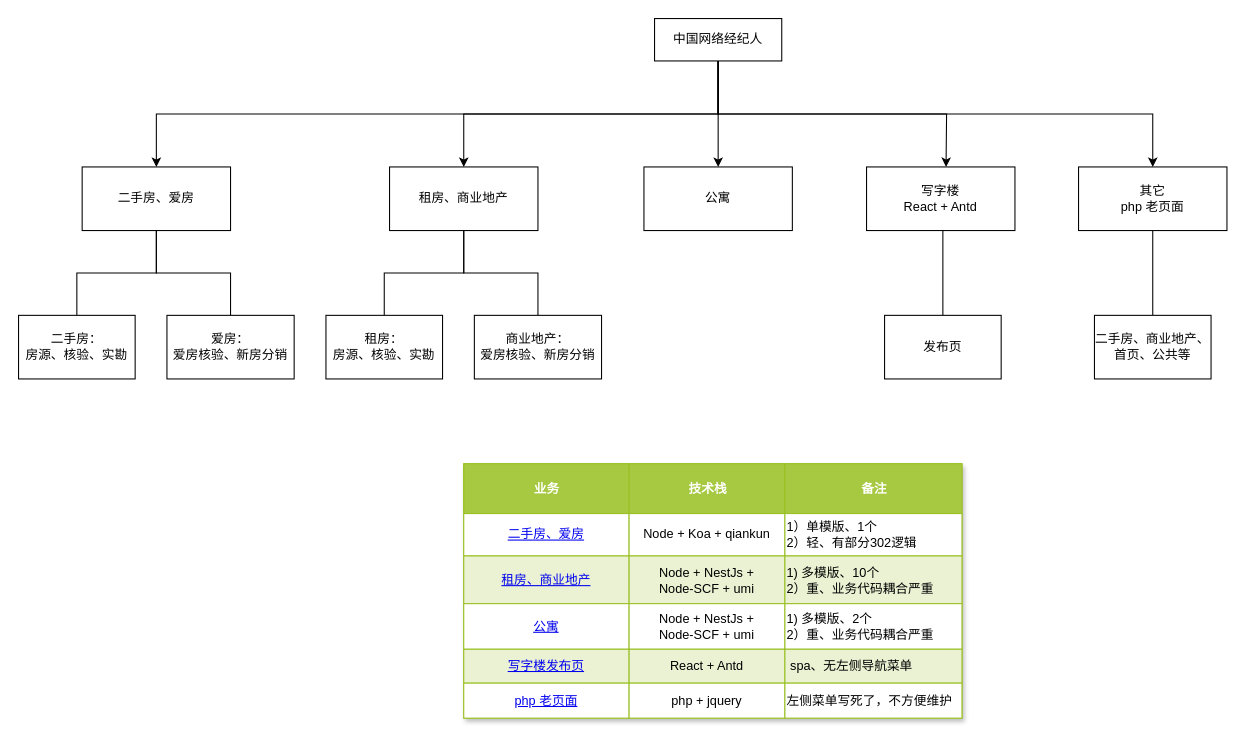
The draw.io diagram 58/未命名绘图.drawio in Y130/draw.io, before the edit. Source tidied: cells renumbered, new cells numbered last; positions are measured from the earlier drawing's top-left corner, leaving out a move shared by most shapes. Both pictures are drawn from the tidied source at 106%, with x=0, y=0 at pixel (18, 18).
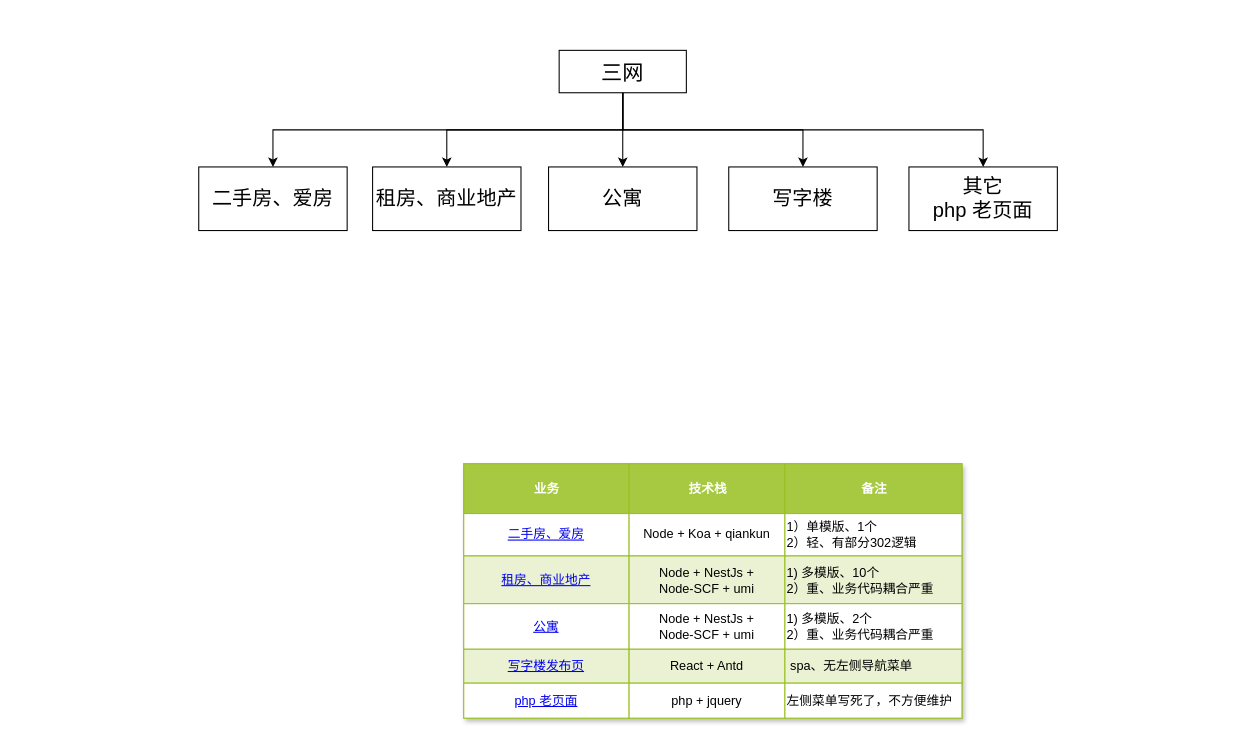
The same diagram, later.

Commit message:
更新未命名绘图.drawio

Change to the diagram source:
```diff
@@
-    <mxCell id="5" style="edgeStyle=orthogonalEdgeStyle;rounded=0;jettySize=auto;html=1;exitX=0.5;exitY=1;exitDx=0;exitDy=0;" parent="1" edge="1" source="7">
-      <mxGeometry relative="1" as="geometry">
-        <mxPoint x="875" y="140" as="targetPoint" />
-      </mxGeometry>
+    <mxCell id="5" style="edgeStyle=orthogonalEdgeStyle;rounded=0;jettySize=auto;html=1;exitX=0.5;exitY=1;exitDx=0;exitDy=0;entryX=0.5;entryY=0;entryDx=0;entryDy=0;" parent="1" edge="1" source="7" target="20">
+      <mxGeometry relative="1" as="geometry" />
     </mxCell>
-    <mxCell id="6" style="edgeStyle=orthogonalEdgeStyle;rounded=0;jettySize=auto;html=1;" parent="1" edge="1" source="7" target="22">
-      <mxGeometry relative="1" as="geometry">
-        <Array as="points">
-          <mxPoint x="660" y="90" />
-          <mxPoint x="1070" y="90" />
-        </Array>
-      </mxGeometry>
-    </mxCell>
+    <mxCell id="50" style="edgeStyle=orthogonalEdgeStyle;rounded=0;jettySize=auto;html=1;entryX=0.5;entryY=0;entryDx=0;entryDy=0;" parent="1" edge="1" target="22">
+      <mxGeometry relative="1" as="geometry">
+        <mxPoint x="570" y="65" as="sourcePoint" />
+        <Array as="points">
+          <mxPoint x="570" y="105" />
+          <mxPoint x="910" y="105" />
+        </Array>
+      </mxGeometry>
+    </mxCell>
-    <mxCell id="7" value="中国网络经纪人" style="rounded=0;whiteSpace=wrap;html=1;" parent="1" vertex="1">
-      <mxGeometry x="600" width="120" height="40" as="geometry" />
+    <mxCell id="7" value="三网" style="rounded=0;whiteSpace=wrap;html=1;fontSize=20;" parent="1" vertex="1">
+      <mxGeometry x="510" y="30" width="120" height="40" as="geometry" />
     </mxCell>
-    <mxCell id="8" value="租房、商业地产" style="whiteSpace=wrap;html=1;align=center;newEdgeStyle={&quot;edgeStyle&quot;:&quot;elbowEdgeStyle&quot;,&quot;startArrow&quot;:&quot;none&quot;,&quot;endArrow&quot;:&quot;none&quot;};" parent="1" vertex="1">
-      <mxGeometry x="350" y="140" width="140" height="60" as="geometry" />
+    <mxCell id="8" value="&lt;font style=&quot;font-size: 19px;&quot;&gt;租房、商业地产&lt;/font&gt;" style="whiteSpace=wrap;html=1;align=center;newEdgeStyle={&quot;edgeStyle&quot;:&quot;elbowEdgeStyle&quot;,&quot;startArrow&quot;:&quot;none&quot;,&quot;endArrow&quot;:&quot;none&quot;};" parent="1" vertex="1" collapsed="1">
+      <mxGeometry x="334" y="140" width="140" height="60" as="geometry" />
     </mxCell>
-    <mxCell id="9" style="edgeStyle=elbowEdgeStyle;elbow=vertical;sourcePerimeterSpacing=0;targetPerimeterSpacing=0;startArrow=none;endArrow=none;rounded=0;curved=0;" parent="1" edge="1" source="8" target="11">
-      <mxGeometry relative="1" as="geometry" />
-    </mxCell>
-    <mxCell id="10" style="edgeStyle=elbowEdgeStyle;elbow=vertical;sourcePerimeterSpacing=0;targetPerimeterSpacing=0;startArrow=none;endArrow=none;rounded=0;curved=0;" parent="1" edge="1" source="8" target="12">
-      <mxGeometry relative="1" as="geometry" />
-    </mxCell>
-    <mxCell id="11" value="租房：&lt;br&gt;房源、核验、实勘" style="whiteSpace=wrap;html=1;align=center;verticalAlign=middle;newEdgeStyle={&quot;edgeStyle&quot;:&quot;elbowEdgeStyle&quot;,&quot;startArrow&quot;:&quot;none&quot;,&quot;endArrow&quot;:&quot;none&quot;};" parent="1" vertex="1">
-      <mxGeometry x="290" y="280" width="110" height="60" as="geometry" />
-    </mxCell>
-    <mxCell id="12" value="商业地产：&lt;br&gt;爱房核验、新房分销" style="whiteSpace=wrap;html=1;align=center;verticalAlign=middle;newEdgeStyle={&quot;edgeStyle&quot;:&quot;elbowEdgeStyle&quot;,&quot;startArrow&quot;:&quot;none&quot;,&quot;endArrow&quot;:&quot;none&quot;};" parent="1" vertex="1">
-      <mxGeometry x="430" y="280" width="120" height="60" as="geometry" />
-    </mxCell>
-    <mxCell id="13" value="二手房、爱房" style="whiteSpace=wrap;html=1;align=center;newEdgeStyle={&quot;edgeStyle&quot;:&quot;elbowEdgeStyle&quot;,&quot;startArrow&quot;:&quot;none&quot;,&quot;endArrow&quot;:&quot;none&quot;};" parent="1" vertex="1">
-      <mxGeometry x="60" y="140" width="140" height="60" as="geometry" />
+    <mxCell id="13" value="二手房、爱房" style="whiteSpace=wrap;html=1;align=center;newEdgeStyle={&quot;edgeStyle&quot;:&quot;elbowEdgeStyle&quot;,&quot;startArrow&quot;:&quot;none&quot;,&quot;endArrow&quot;:&quot;none&quot;};fontSize=19;" parent="1" vertex="1" collapsed="1">
+      <mxGeometry x="170" y="140" width="140" height="60" as="geometry" />
     </mxCell>
-    <mxCell id="14" value="二手房：&lt;br&gt;房源、核验、实勘" style="whiteSpace=wrap;html=1;align=center;verticalAlign=middle;newEdgeStyle={&quot;edgeStyle&quot;:&quot;elbowEdgeStyle&quot;,&quot;startArrow&quot;:&quot;none&quot;,&quot;endArrow&quot;:&quot;none&quot;};" parent="1" vertex="1">
-      <mxGeometry y="280" width="110" height="60" as="geometry" />
-    </mxCell>
-    <mxCell id="15" value="爱房：&lt;br&gt;爱房核验、新房分销" style="whiteSpace=wrap;html=1;align=center;verticalAlign=middle;newEdgeStyle={&quot;edgeStyle&quot;:&quot;elbowEdgeStyle&quot;,&quot;startArrow&quot;:&quot;none&quot;,&quot;endArrow&quot;:&quot;none&quot;};" parent="1" vertex="1">
-      <mxGeometry x="140" y="280" width="120" height="60" as="geometry" />
-    </mxCell>
-    <mxCell id="16" style="edgeStyle=elbowEdgeStyle;elbow=vertical;sourcePerimeterSpacing=0;targetPerimeterSpacing=0;startArrow=none;endArrow=none;rounded=0;curved=0;" parent="1" edge="1" source="13" target="14">
-      <mxGeometry relative="1" as="geometry" />
-    </mxCell>
-    <mxCell id="17" style="edgeStyle=elbowEdgeStyle;elbow=vertical;sourcePerimeterSpacing=0;targetPerimeterSpacing=0;startArrow=none;endArrow=none;rounded=0;curved=0;" parent="1" edge="1" source="13" target="15">
-      <mxGeometry relative="1" as="geometry" />
-    </mxCell>
-    <mxCell id="18" value="公寓&lt;br&gt;" style="whiteSpace=wrap;html=1;align=center;newEdgeStyle={&quot;edgeStyle&quot;:&quot;elbowEdgeStyle&quot;,&quot;startArrow&quot;:&quot;none&quot;,&quot;endArrow&quot;:&quot;none&quot;};" parent="1" vertex="1">
-      <mxGeometry x="590" y="140" width="140" height="60" as="geometry" />
+    <mxCell id="18" value="公寓&lt;br style=&quot;font-size: 19px;&quot;&gt;" style="whiteSpace=wrap;html=1;align=center;newEdgeStyle={&quot;edgeStyle&quot;:&quot;elbowEdgeStyle&quot;,&quot;startArrow&quot;:&quot;none&quot;,&quot;endArrow&quot;:&quot;none&quot;};fontSize=19;" parent="1" vertex="1">
+      <mxGeometry x="500" y="140" width="140" height="60" as="geometry" />
     </mxCell>
-    <mxCell id="19" style="edgeStyle=elbowEdgeStyle;rounded=0;jettySize=auto;html=1;startArrow=none;endArrow=none;" parent="1" edge="1" source="20" target="23">
-      <mxGeometry relative="1" as="geometry" />
-    </mxCell>
-    <mxCell id="20" value="写字楼&lt;br&gt;React + Antd" style="whiteSpace=wrap;html=1;align=center;newEdgeStyle={&quot;edgeStyle&quot;:&quot;elbowEdgeStyle&quot;,&quot;startArrow&quot;:&quot;none&quot;,&quot;endArrow&quot;:&quot;none&quot;};" parent="1" vertex="1">
-      <mxGeometry x="800" y="140" width="140" height="60" as="geometry" />
+    <mxCell id="20" value="写字楼" style="whiteSpace=wrap;html=1;align=center;newEdgeStyle={&quot;edgeStyle&quot;:&quot;elbowEdgeStyle&quot;,&quot;startArrow&quot;:&quot;none&quot;,&quot;endArrow&quot;:&quot;none&quot;};fontSize=19;" parent="1" vertex="1" collapsed="1">
+      <mxGeometry x="670" y="140" width="140" height="60" as="geometry" />
     </mxCell>
-    <mxCell id="21" style="edgeStyle=elbowEdgeStyle;rounded=0;jettySize=auto;html=1;startArrow=none;endArrow=none;" parent="1" edge="1" source="22" target="49">
-      <mxGeometry relative="1" as="geometry" />
-    </mxCell>
-    <mxCell id="22" value="其它&lt;br&gt;php 老页面" style="whiteSpace=wrap;html=1;align=center;newEdgeStyle={&quot;edgeStyle&quot;:&quot;elbowEdgeStyle&quot;,&quot;startArrow&quot;:&quot;none&quot;,&quot;endArrow&quot;:&quot;none&quot;};" parent="1" vertex="1">
-      <mxGeometry x="1000" y="140" width="140" height="60" as="geometry" />
+    <mxCell id="22" value="其它&lt;br style=&quot;font-size: 19px;&quot;&gt;php 老页面" style="whiteSpace=wrap;html=1;align=center;newEdgeStyle={&quot;edgeStyle&quot;:&quot;elbowEdgeStyle&quot;,&quot;startArrow&quot;:&quot;none&quot;,&quot;endArrow&quot;:&quot;none&quot;};fontSize=19;" parent="1" vertex="1" collapsed="1">
+      <mxGeometry x="840" y="140" width="140" height="60" as="geometry" />
     </mxCell>
-    <mxCell id="23" value="发布页" style="whiteSpace=wrap;html=1;align=center;verticalAlign=middle;newEdgeStyle={&quot;edgeStyle&quot;:&quot;elbowEdgeStyle&quot;,&quot;startArrow&quot;:&quot;none&quot;,&quot;endArrow&quot;:&quot;none&quot;};" parent="1" vertex="1">
-      <mxGeometry x="817" y="280" width="110" height="60" as="geometry" />
-    </mxCell>
@@
-    <mxCell id="49" value="二手房、商业地产、首页、公共等" style="whiteSpace=wrap;html=1;align=center;verticalAlign=middle;newEdgeStyle={&quot;edgeStyle&quot;:&quot;elbowEdgeStyle&quot;,&quot;startArrow&quot;:&quot;none&quot;,&quot;endArrow&quot;:&quot;none&quot;};" parent="1" vertex="1">
-      <mxGeometry x="1015" y="280" width="110" height="60" as="geometry" />
-    </mxCell>
```
